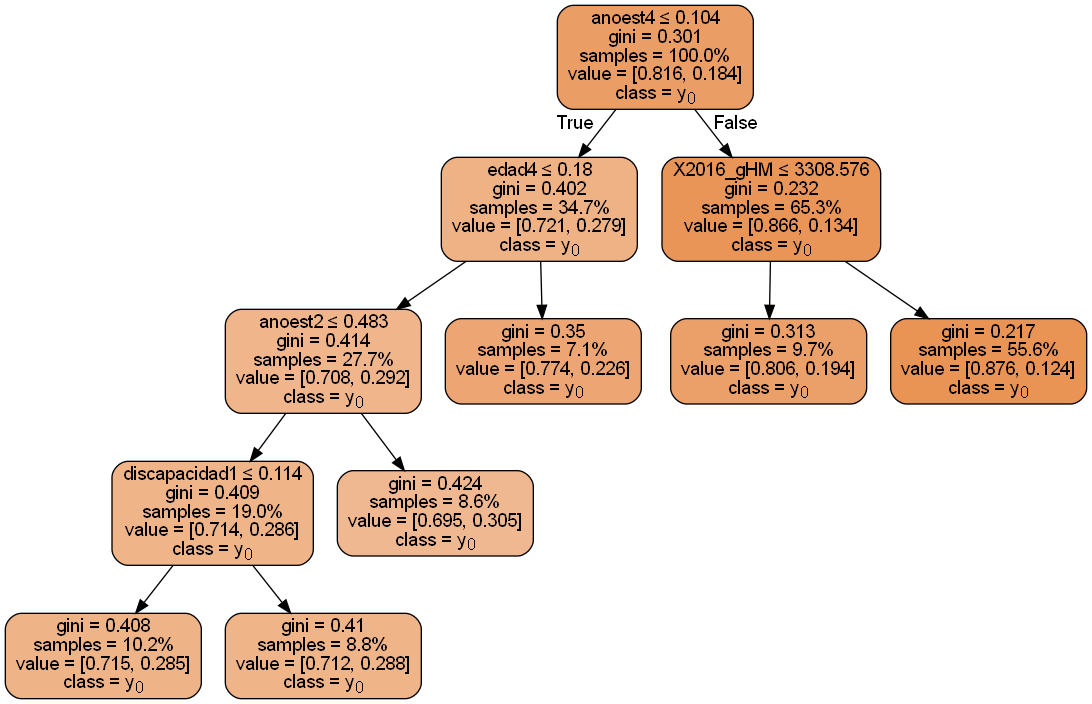
antonioespinoza98/SAExML keeps this Graphviz diagram as imagenes/python/Source.gv.png. Above is the earlier version. Its source is kept beside it as imagenes/python/Source.gv.
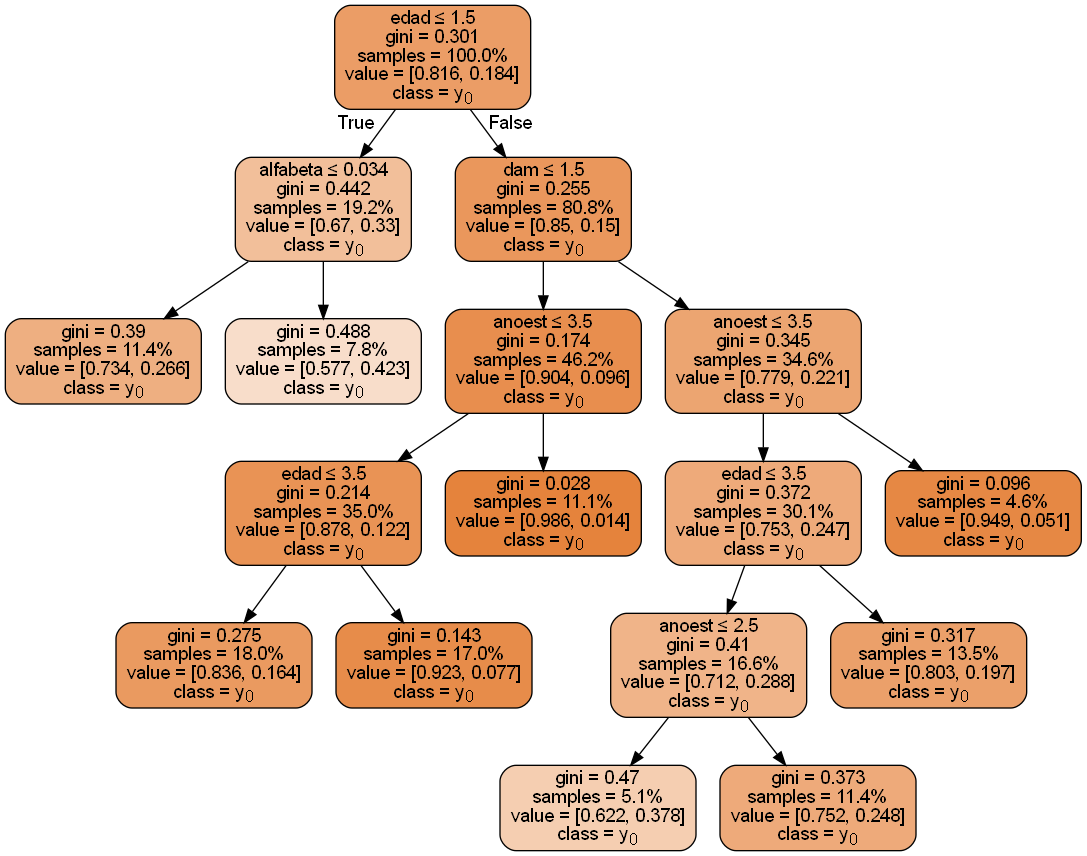
Above is the later version.

Change to the diagram source:
```diff
@@ -1,25 +1,37 @@
 digraph Tree {
 node [shape=box, style="filled, rounded", color="black", fontname="helvetica"] ;
 edge [fontname="helvetica"] ;
-0 [label=<anoest4 &le; 0.104<br/>gini = 0.301<br/>samples = 100.0%<br/>value = [0.816, 0.184]<br/>class = y<SUB>0</SUB>>, fillcolor="#eb9d66"] ;
-1 [label=<edad4 &le; 0.18<br/>gini = 0.402<br/>samples = 34.7%<br/>value = [0.721, 0.279]<br/>class = y<SUB>0</SUB>>, fillcolor="#efb285"] ;
+0 [label=<edad &le; 1.5<br/>gini = 0.301<br/>samples = 100.0%<br/>value = [0.816, 0.184]<br/>class = y<SUB>0</SUB>>, fillcolor="#eb9d66"] ;
+1 [label=<alfabeta &le; 0.034<br/>gini = 0.442<br/>samples = 19.2%<br/>value = [0.67, 0.33]<br/>class = y<SUB>0</SUB>>, fillcolor="#f2bf9a"] ;
 0 -> 1 [labeldistance=2.5, labelangle=45, headlabel="True"] ;
-2 [label=<anoest2 &le; 0.483<br/>gini = 0.414<br/>samples = 27.7%<br/>value = [0.708, 0.292]<br/>class = y<SUB>0</SUB>>, fillcolor="#f0b58b"] ;
+2 [label=<gini = 0.39<br/>samples = 11.4%<br/>value = [0.734, 0.266]<br/>class = y<SUB>0</SUB>>, fillcolor="#eeaf81"] ;
 1 -> 2 ;
-3 [label=<discapacidad1 &le; 0.114<br/>gini = 0.409<br/>samples = 19.0%<br/>value = [0.714, 0.286]<br/>class = y<SUB>0</SUB>>, fillcolor="#efb488"] ;
-2 -> 3 ;
-4 [label=<gini = 0.408<br/>samples = 10.2%<br/>value = [0.715, 0.285]<br/>class = y<SUB>0</SUB>>, fillcolor="#efb388"] ;
-3 -> 4 ;
-5 [label=<gini = 0.41<br/>samples = 8.8%<br/>value = [0.712, 0.288]<br/>class = y<SUB>0</SUB>>, fillcolor="#f0b489"] ;
-3 -> 5 ;
-6 [label=<gini = 0.424<br/>samples = 8.6%<br/>value = [0.695, 0.305]<br/>class = y<SUB>0</SUB>>, fillcolor="#f0b890"] ;
-2 -> 6 ;
-7 [label=<gini = 0.35<br/>samples = 7.1%<br/>value = [0.774, 0.226]<br/>class = y<SUB>0</SUB>>, fillcolor="#eda673"] ;
-1 -> 7 ;
-8 [label=<X2016_gHM &le; 3308.576<br/>gini = 0.232<br/>samples = 65.3%<br/>value = [0.866, 0.134]<br/>class = y<SUB>0</SUB>>, fillcolor="#e99558"] ;
-0 -> 8 [labeldistance=2.5, labelangle=-45, headlabel="False"] ;
-9 [label=<gini = 0.313<br/>samples = 9.7%<br/>value = [0.806, 0.194]<br/>class = y<SUB>0</SUB>>, fillcolor="#eb9f69"] ;
-8 -> 9 ;
-10 [label=<gini = 0.217<br/>samples = 55.6%<br/>value = [0.876, 0.124]<br/>class = y<SUB>0</SUB>>, fillcolor="#e99355"] ;
-8 -> 10 ;
+3 [label=<gini = 0.488<br/>samples = 7.8%<br/>value = [0.577, 0.423]<br/>class = y<SUB>0</SUB>>, fillcolor="#f8ddca"] ;
+1 -> 3 ;
+4 [label=<dam &le; 1.5<br/>gini = 0.255<br/>samples = 80.8%<br/>value = [0.85, 0.15]<br/>class = y<SUB>0</SUB>>, fillcolor="#ea975c"] ;
+0 -> 4 [labeldistance=2.5, labelangle=-45, headlabel="False"] ;
+5 [label=<anoest &le; 3.5<br/>gini = 0.174<br/>samples = 46.2%<br/>value = [0.904, 0.096]<br/>class = y<SUB>0</SUB>>, fillcolor="#e88e4e"] ;
+4 -> 5 ;
+6 [label=<edad &le; 3.5<br/>gini = 0.214<br/>samples = 35.0%<br/>value = [0.878, 0.122]<br/>class = y<SUB>0</SUB>>, fillcolor="#e99355"] ;
+5 -> 6 ;
+7 [label=<gini = 0.275<br/>samples = 18.0%<br/>value = [0.836, 0.164]<br/>class = y<SUB>0</SUB>>, fillcolor="#ea9a60"] ;
+6 -> 7 ;
+8 [label=<gini = 0.143<br/>samples = 17.0%<br/>value = [0.923, 0.077]<br/>class = y<SUB>0</SUB>>, fillcolor="#e78c4a"] ;
+6 -> 8 ;
+9 [label=<gini = 0.028<br/>samples = 11.1%<br/>value = [0.986, 0.014]<br/>class = y<SUB>0</SUB>>, fillcolor="#e5833c"] ;
+5 -> 9 ;
+10 [label=<anoest &le; 3.5<br/>gini = 0.345<br/>samples = 34.6%<br/>value = [0.779, 0.221]<br/>class = y<SUB>0</SUB>>, fillcolor="#eca571"] ;
+4 -> 10 ;
+11 [label=<edad &le; 3.5<br/>gini = 0.372<br/>samples = 30.1%<br/>value = [0.753, 0.247]<br/>class = y<SUB>0</SUB>>, fillcolor="#eeaa7a"] ;
+10 -> 11 ;
+12 [label=<anoest &le; 2.5<br/>gini = 0.41<br/>samples = 16.6%<br/>value = [0.712, 0.288]<br/>class = y<SUB>0</SUB>>, fillcolor="#f0b489"] ;
+11 -> 12 ;
+13 [label=<gini = 0.47<br/>samples = 5.1%<br/>value = [0.622, 0.378]<br/>class = y<SUB>0</SUB>>, fillcolor="#f5ceb1"] ;
+12 -> 13 ;
+14 [label=<gini = 0.373<br/>samples = 11.4%<br/>value = [0.752, 0.248]<br/>class = y<SUB>0</SUB>>, fillcolor="#eeaa7a"] ;
+12 -> 14 ;
+15 [label=<gini = 0.317<br/>samples = 13.5%<br/>value = [0.803, 0.197]<br/>class = y<SUB>0</SUB>>, fillcolor="#eba06a"] ;
+11 -> 15 ;
+16 [label=<gini = 0.096<br/>samples = 4.6%<br/>value = [0.949, 0.051]<br/>class = y<SUB>0</SUB>>, fillcolor="#e68844"] ;
+10 -> 16 ;
 }
```
